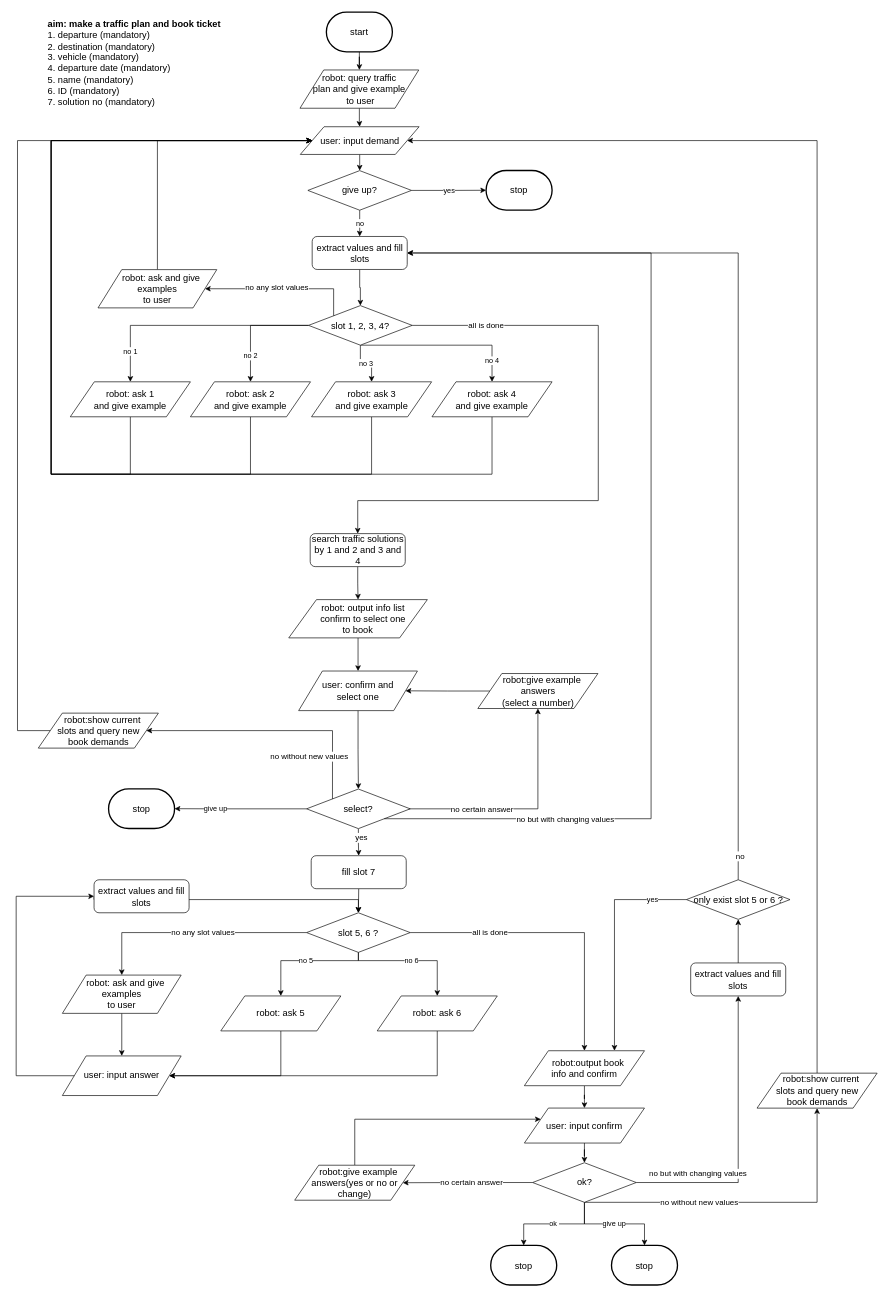
Before: flow_diagram/book_plan.drawio in ricosr/travel_consult_chatbot, a draw.io diagram. Source tidied: cells renumbered, new cells numbered last; positions are measured from the earlier drawing's top-left corner, leaving out a move shared by most shapes. Both pictures are drawn from the tidied source at 66%, with x=0, y=0 at pixel (16, 12).
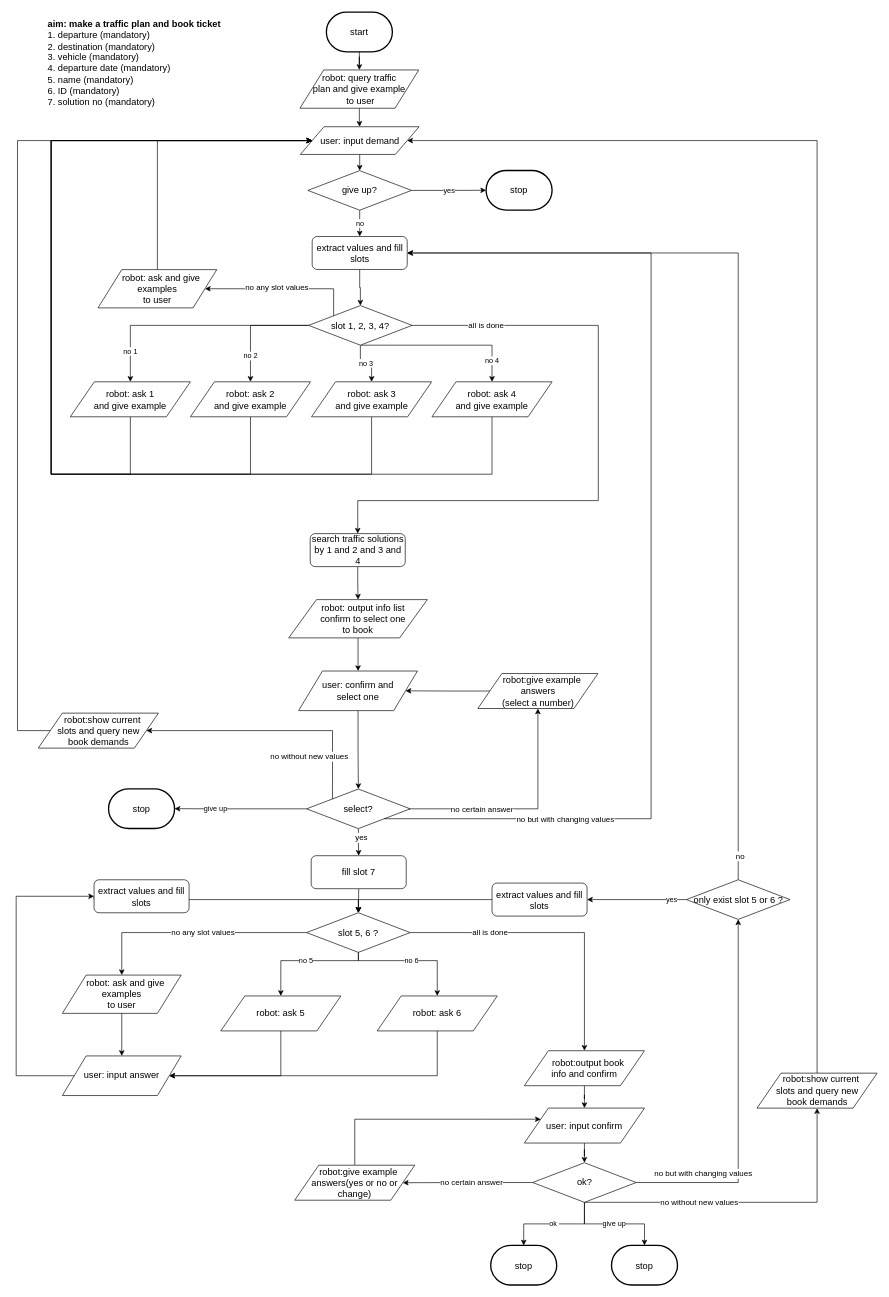
The same diagram, later.

Unchanged cells that the change refers to:
```xml
<mxCell id="41" value="&lt;font style=&quot;font-size: 14px&quot;&gt;slot 5, 6 ?&lt;br&gt;&lt;/font&gt;" style="rhombus;whiteSpace=wrap;html=1;" parent="1" vertex="1">
  <mxGeometry x="440" y="1364.5" width="157" height="60" as="geometry" />
</mxCell>
<mxCell id="48" value="&lt;span style=&quot;font-size: 14px&quot;&gt;&amp;nbsp; &amp;nbsp;robot:output book&lt;br&gt;info and confirm&lt;/span&gt;" style="shape=parallelogram;perimeter=parallelogramPerimeter;whiteSpace=wrap;html=1;" parent="1" vertex="1">
  <mxGeometry x="770" y="1573.5" width="182" height="53" as="geometry" />
</mxCell>
<mxCell id="59" value="&lt;font style=&quot;font-size: 14px&quot;&gt;ok?&lt;br&gt;&lt;/font&gt;" style="rhombus;whiteSpace=wrap;html=1;" parent="1" vertex="1">
  <mxGeometry x="782.5" y="1743.2" width="157" height="60" as="geometry" />
</mxCell>
<mxCell id="98" value="&lt;font style=&quot;font-size: 14px&quot;&gt;only exist slot 5 or 6 ?&lt;br&gt;&lt;/font&gt;" style="rhombus;whiteSpace=wrap;html=1;" parent="1" vertex="1">
  <mxGeometry x="1015.5" y="1314.5" width="157" height="60" as="geometry" />
</mxCell>
```

Change to the diagram source:
```diff
@@
-    <mxCell id="54" style="edgeStyle=orthogonalEdgeStyle;rounded=0;jettySize=auto;html=1;exitX=1;exitY=0.5;exitDx=0;exitDy=0;entryX=0.5;entryY=1;entryDx=0;entryDy=0;" parent="1" edge="1" source="59" target="94">
+    <mxCell id="54" style="edgeStyle=orthogonalEdgeStyle;rounded=0;jettySize=auto;html=1;exitX=1;exitY=0.5;exitDx=0;exitDy=0;entryX=0.5;entryY=1;entryDx=0;entryDy=0;" parent="1" edge="1" source="59" target="98">
       <mxGeometry relative="1" as="geometry">
         <Array as="points">
           <mxPoint x="1094" y="1773" />
         </Array>
       </mxGeometry>
     </mxCell>
@@
-    <mxCell id="93" style="edgeStyle=orthogonalEdgeStyle;rounded=0;jettySize=auto;html=1;exitX=0.5;exitY=0;exitDx=0;exitDy=0;entryX=0.5;entryY=1;entryDx=0;entryDy=0;" parent="1" edge="1" source="94" target="98">
-      <mxGeometry relative="1" as="geometry" />
-    </mxCell>
-    <mxCell id="94" value="&lt;font style=&quot;font-size: 14px&quot;&gt;extract values and fill slots&lt;/font&gt;" style="rounded=1;whiteSpace=wrap;html=1;" parent="1" vertex="1">
-      <mxGeometry x="1022" y="1440.5" width="144" height="50" as="geometry" />
-    </mxCell>
-    <mxCell id="95" value="yes" style="edgeStyle=orthogonalEdgeStyle;rounded=0;jettySize=auto;html=1;exitX=0;exitY=0.5;exitDx=0;exitDy=0;entryX=0.75;entryY=0;entryDx=0;entryDy=0;" parent="1" edge="1" source="98" target="48">
+    <mxCell id="95" value="yes" style="edgeStyle=orthogonalEdgeStyle;rounded=0;jettySize=auto;html=1;exitX=0;exitY=0.5;exitDx=0;exitDy=0;entryX=1;entryY=0.5;entryDx=0;entryDy=0;" parent="1" edge="1" source="98" target="94">
       <mxGeometry x="-0.69" relative="1" as="geometry" />
     </mxCell>
@@
+    <mxCell id="99" style="edgeStyle=orthogonalEdgeStyle;rounded=0;jettySize=auto;html=1;exitX=0;exitY=0.5;exitDx=0;exitDy=0;entryX=0.5;entryY=0;entryDx=0;entryDy=0;" parent="1" edge="1" source="94" target="41">
+      <mxGeometry relative="1" as="geometry" />
+    </mxCell>
+    <mxCell id="94" value="&lt;font style=&quot;font-size: 14px&quot;&gt;extract values and fill slots&lt;/font&gt;" style="rounded=1;whiteSpace=wrap;html=1;" parent="1" vertex="1">
+      <mxGeometry x="721" y="1319.5" width="144" height="50" as="geometry" />
+    </mxCell>
```
